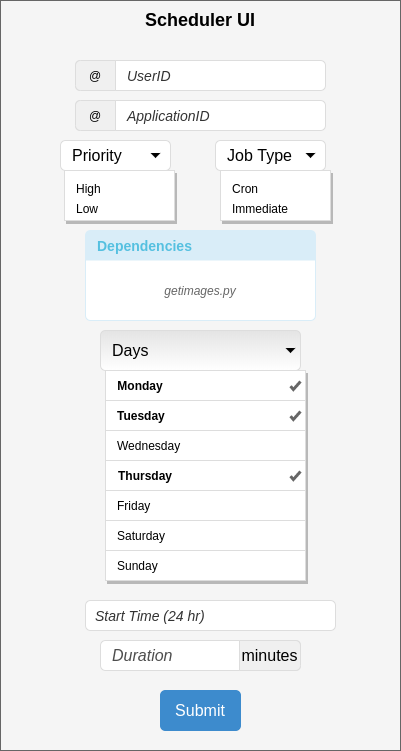
Above: Images/sheduler.png in jay-krishna/IAS-Project (draw.io), before the change. Source tidied: cells renumbered, new cells last; positions are measured from the earlier drawing's top-left corner, leaving out a move shared by most shapes. The source it was exported from:
```xml
<mxGraphModel>
  <root>
    <mxCell id="0" />
    <mxCell id="1" parent="0" />
    <mxCell id="2" style="rounded=0;whiteSpace=wrap;html=1;fillColor=#f5f5f5;strokeColor=#666666;fontColor=#333333;" parent="1" vertex="1">
      <mxGeometry width="400" height="750" as="geometry" />
    </mxCell>
    <mxCell id="3" value="&lt;b&gt;&lt;font style=&quot;font-size: 18px&quot;&gt;Scheduler UI&lt;/font&gt;&lt;/b&gt;" style="text;html=1;strokeColor=none;fillColor=none;align=center;verticalAlign=middle;whiteSpace=wrap;rounded=0;" parent="1" vertex="1">
      <mxGeometry x="105" y="10" width="190" height="20" as="geometry" />
    </mxCell>
    <mxCell id="4" value="&lt;font color=&quot;#333333&quot;&gt;&lt;i&gt;UserID&lt;/i&gt;&lt;/font&gt;" style="html=1;shadow=0;dashed=0;shape=mxgraph.bootstrap.rrect;rSize=5;strokeColor=#dddddd;spacingLeft=50;fontSize=14;align=left;fontColor=#dddddd;whiteSpace=wrap;" parent="1" vertex="1">
      <mxGeometry x="75" y="60" width="250" height="30" as="geometry" />
    </mxCell>
    <mxCell id="5" value="@" style="html=1;shadow=0;dashed=0;shape=mxgraph.bootstrap.leftButton;rSize=5;strokeColor=#dddddd;fillColor=#f0f0f0;whiteSpace=wrap;" parent="4" vertex="1">
      <mxGeometry width="40" height="30" relative="1" as="geometry" />
    </mxCell>
    <mxCell id="6" value="&lt;font color=&quot;#333333&quot;&gt;&lt;i&gt;ApplicationID&lt;/i&gt;&lt;/font&gt;" style="html=1;shadow=0;dashed=0;shape=mxgraph.bootstrap.rrect;rSize=5;strokeColor=#dddddd;spacingLeft=50;fontSize=14;align=left;fontColor=#dddddd;whiteSpace=wrap;" parent="1" vertex="1">
      <mxGeometry x="75" y="100" width="250" height="30" as="geometry" />
    </mxCell>
    <mxCell id="7" value="@" style="html=1;shadow=0;dashed=0;shape=mxgraph.bootstrap.leftButton;rSize=5;strokeColor=#dddddd;fillColor=#f0f0f0;whiteSpace=wrap;" parent="6" vertex="1">
      <mxGeometry width="40" height="30" relative="1" as="geometry" />
    </mxCell>
    <mxCell id="8" value="Priority" style="html=1;shadow=0;dashed=0;shape=mxgraph.bootstrap.rrect;rSize=5;strokeColor=#dddddd;spacingRight=10;fontSize=16;fillColor=#FFFFFF;align=left;spacingLeft=10;whiteSpace=wrap;" parent="1" vertex="1">
      <mxGeometry x="60" y="140" width="110" height="30" as="geometry" />
    </mxCell>
    <mxCell id="9" style="shape=triangle;direction=south;fillColor=#000000;strokeColor=none;perimeter=none;" parent="8" vertex="1">
      <mxGeometry x="1" y="0.5" width="10" height="5" relative="1" as="geometry">
        <mxPoint x="-20" y="-2.5" as="offset" />
      </mxGeometry>
    </mxCell>
    <mxCell id="10" style="html=1;shadow=0;dashed=0;shape=mxgraph.bootstrap.rect;fillColor=#ffffff;strokeColor=#dddddd;shadow=1;" parent="1" vertex="1">
      <mxGeometry x="64" y="170" width="110" height="50" as="geometry" />
    </mxCell>
    <mxCell id="11" value="High" style="html=1;shadow=0;dashed=0;shape=mxgraph.bootstrap.rect;strokeColor=none;spacingLeft=10;align=left;fillColor=none;whiteSpace=wrap;" parent="10" vertex="1">
      <mxGeometry width="110" height="20" relative="1" as="geometry">
        <mxPoint y="8" as="offset" />
      </mxGeometry>
    </mxCell>
    <mxCell id="12" value="Low" style="html=1;shadow=0;dashed=0;shape=mxgraph.bootstrap.rect;strokeColor=none;spacingLeft=10;align=left;fillColor=none;whiteSpace=wrap;" parent="10" vertex="1">
      <mxGeometry width="110" height="20" relative="1" as="geometry">
        <mxPoint y="28" as="offset" />
      </mxGeometry>
    </mxCell>
    <mxCell id="13" value="Job Type" style="html=1;shadow=0;dashed=0;shape=mxgraph.bootstrap.rrect;rSize=5;strokeColor=#dddddd;spacingRight=10;fontSize=16;fillColor=#FFFFFF;align=left;spacingLeft=10;whiteSpace=wrap;" parent="1" vertex="1">
      <mxGeometry x="215" y="140" width="110" height="30" as="geometry" />
    </mxCell>
    <mxCell id="14" style="shape=triangle;direction=south;fillColor=#000000;strokeColor=none;perimeter=none;" parent="13" vertex="1">
      <mxGeometry x="1" y="0.5" width="10" height="5" relative="1" as="geometry">
        <mxPoint x="-20" y="-2.5" as="offset" />
      </mxGeometry>
    </mxCell>
    <mxCell id="15" style="html=1;shadow=0;dashed=0;shape=mxgraph.bootstrap.rect;fillColor=#ffffff;strokeColor=#dddddd;shadow=1;" parent="1" vertex="1">
      <mxGeometry x="220" y="170" width="110" height="50" as="geometry" />
    </mxCell>
    <mxCell id="16" value="Cron" style="html=1;shadow=0;dashed=0;shape=mxgraph.bootstrap.rect;strokeColor=none;spacingLeft=10;align=left;fillColor=none;whiteSpace=wrap;" parent="15" vertex="1">
      <mxGeometry width="110" height="20" relative="1" as="geometry">
        <mxPoint y="8" as="offset" />
      </mxGeometry>
    </mxCell>
    <mxCell id="17" value="Immediate" style="html=1;shadow=0;dashed=0;shape=mxgraph.bootstrap.rect;strokeColor=none;spacingLeft=10;align=left;fillColor=none;whiteSpace=wrap;" parent="15" vertex="1">
      <mxGeometry width="110" height="20" relative="1" as="geometry">
        <mxPoint y="28" as="offset" />
      </mxGeometry>
    </mxCell>
    <mxCell id="18" value="&lt;font color=&quot;#666666&quot;&gt;&lt;i&gt;getimages.py&lt;/i&gt;&lt;/font&gt;" style="html=1;shadow=0;dashed=0;shape=mxgraph.bootstrap.rrect;align=center;rSize=5;strokeColor=#D9EDF8;fontColor=#f0f0f0;spacingTop=30;whiteSpace=wrap;" parent="1" vertex="1">
      <mxGeometry x="85" y="230" width="230" height="90" as="geometry" />
    </mxCell>
    <mxCell id="19" value="Dependencies" style="html=1;shadow=0;dashed=0;shape=mxgraph.bootstrap.topButton;rSize=5;strokeColor=none;fillColor=#D9EDF8;fontColor=#55C0E0;fontSize=14;fontStyle=1;align=left;spacingLeft=10;whiteSpace=wrap;" parent="18" vertex="1">
      <mxGeometry width="230" height="30" relative="1" as="geometry" />
    </mxCell>
    <mxCell id="20" value="Days" style="html=1;shadow=0;dashed=0;shape=mxgraph.bootstrap.rrect;rSize=5;strokeColor=#dddddd;spacingRight=10;fontSize=16;gradientColor=#e4e4e4;gradientDirection=north;spacingLeft=10;align=left;whiteSpace=wrap;" parent="1" vertex="1">
      <mxGeometry x="100" y="330" width="200" height="40" as="geometry" />
    </mxCell>
    <mxCell id="21" style="shape=triangle;direction=south;fillColor=#000000;strokeColor=none;perimeter=none;" parent="20" vertex="1">
      <mxGeometry x="1" y="0.5" width="10" height="5" relative="1" as="geometry">
        <mxPoint x="-15" y="-2.5" as="offset" />
      </mxGeometry>
    </mxCell>
    <mxCell id="22" style="html=1;shadow=0;dashed=0;shape=mxgraph.bootstrap.rect;fillColor=#ffffff;strokeColor=#dddddd;spacingLeft=10;shadow=1;align=left;verticalAlign=top;spacingTop=3;perimeter=none;" parent="1" vertex="1">
      <mxGeometry x="105" y="370" width="200" height="210" as="geometry" />
    </mxCell>
    <mxCell id="23" style="html=1;shadow=0;dashed=0;shape=mxgraph.bootstrap.rect;strokeColor=#dddddd;spacingLeft=10;align=left;fontStyle=1;fillColor=none;perimeter=none;whiteSpace=wrap;" parent="22" vertex="1">
      <mxGeometry width="200" height="30" relative="1" as="geometry">
        <mxPoint y="30" as="offset" />
      </mxGeometry>
    </mxCell>
    <mxCell id="24" style="html=1;shadow=0;dashed=0;shape=mxgraph.bootstrap.check;strokeWidth=3;strokeColor=#666666;" parent="23" vertex="1">
      <mxGeometry x="1" y="0.5" width="10" height="8" relative="1" as="geometry">
        <mxPoint x="-15" y="-4" as="offset" />
      </mxGeometry>
    </mxCell>
    <mxCell id="25" value="Wednesday" style="html=1;shadow=0;dashed=0;shape=mxgraph.bootstrap.rect;strokeColor=#dddddd;spacingLeft=10;align=left;fillColor=none;perimeter=none;whiteSpace=wrap;" parent="22" vertex="1">
      <mxGeometry width="200" height="30" relative="1" as="geometry">
        <mxPoint y="60" as="offset" />
      </mxGeometry>
    </mxCell>
    <mxCell id="26" value="Friday" style="html=1;shadow=0;dashed=0;shape=mxgraph.bootstrap.rect;strokeColor=#dddddd;spacingLeft=10;align=left;fillColor=none;perimeter=none;whiteSpace=wrap;" parent="22" vertex="1">
      <mxGeometry width="200" height="30" relative="1" as="geometry">
        <mxPoint y="120" as="offset" />
      </mxGeometry>
    </mxCell>
    <mxCell id="27" value="Saturday" style="html=1;shadow=0;dashed=0;shape=mxgraph.bootstrap.rect;strokeColor=#dddddd;spacingLeft=10;align=left;fillColor=none;perimeter=none;whiteSpace=wrap;" parent="22" vertex="1">
      <mxGeometry width="200" height="30" relative="1" as="geometry">
        <mxPoint y="150" as="offset" />
      </mxGeometry>
    </mxCell>
    <mxCell id="28" value="Sunday" style="html=1;shadow=0;dashed=0;shape=mxgraph.bootstrap.rect;strokeColor=#dddddd;spacingLeft=10;align=left;fillColor=none;perimeter=none;whiteSpace=wrap;" parent="22" vertex="1">
      <mxGeometry width="200" height="30" relative="1" as="geometry">
        <mxPoint y="180" as="offset" />
      </mxGeometry>
    </mxCell>
    <mxCell id="29" style="html=1;shadow=0;dashed=0;shape=mxgraph.bootstrap.rect;strokeColor=#dddddd;spacingLeft=10;align=left;fontStyle=1;fillColor=none;perimeter=none;whiteSpace=wrap;" parent="22" vertex="1">
      <mxGeometry y="90" width="200" height="30" as="geometry">
        <mxPoint y="30" as="offset" />
      </mxGeometry>
    </mxCell>
    <mxCell id="30" style="html=1;shadow=0;dashed=0;shape=mxgraph.bootstrap.check;strokeWidth=3;strokeColor=#666666;" parent="29" vertex="1">
      <mxGeometry x="1" y="0.5" width="10" height="8" relative="1" as="geometry">
        <mxPoint x="-15" y="-4" as="offset" />
      </mxGeometry>
    </mxCell>
    <mxCell id="31" value="&lt;b&gt;Thursday&lt;/b&gt;" style="text;html=1;strokeColor=none;fillColor=none;align=center;verticalAlign=middle;whiteSpace=wrap;rounded=0;" parent="29" vertex="1">
      <mxGeometry x="15" y="5" width="50" height="20" as="geometry" />
    </mxCell>
    <mxCell id="32" value="Tuesday" style="html=1;shadow=0;dashed=0;shape=mxgraph.bootstrap.rect;strokeColor=#dddddd;spacingLeft=10;align=left;fontStyle=1;fillColor=none;perimeter=none;whiteSpace=wrap;" parent="22" vertex="1">
      <mxGeometry width="200" height="30" as="geometry">
        <mxPoint y="30" as="offset" />
      </mxGeometry>
    </mxCell>
    <mxCell id="33" style="html=1;shadow=0;dashed=0;shape=mxgraph.bootstrap.check;strokeWidth=3;strokeColor=#666666;" parent="32" vertex="1">
      <mxGeometry x="1" y="0.5" width="10" height="8" relative="1" as="geometry">
        <mxPoint x="-15" y="-4" as="offset" />
      </mxGeometry>
    </mxCell>
    <mxCell id="34" value="&lt;b&gt;Monday&lt;/b&gt;" style="text;html=1;strokeColor=none;fillColor=none;align=center;verticalAlign=middle;whiteSpace=wrap;rounded=0;" parent="32" vertex="1">
      <mxGeometry x="10" y="5" width="50" height="20" as="geometry" />
    </mxCell>
    <mxCell id="35" value="&lt;i&gt;&lt;font color=&quot;#333333&quot;&gt;Start Time (24 hr)&lt;/font&gt;&lt;/i&gt;" style="html=1;shadow=0;dashed=0;shape=mxgraph.bootstrap.rrect;rSize=5;strokeColor=#dddddd;fontSize=14;align=left;spacingLeft=8;whiteSpace=wrap;" parent="1" vertex="1">
      <mxGeometry x="85" y="600" width="250" height="30" as="geometry" />
    </mxCell>
    <mxCell id="36" value="&lt;font color=&quot;#4d4d4d&quot;&gt;&lt;i&gt;Duration&lt;/i&gt;&lt;/font&gt;" style="html=1;shadow=0;dashed=0;shape=mxgraph.bootstrap.rrect;rSize=5;strokeColor=#dddddd;spacingLeft=10;fontSize=16;align=left;fontColor=#dddddd;whiteSpace=wrap;" parent="1" vertex="1">
      <mxGeometry x="100" y="640" width="200" height="30" as="geometry" />
    </mxCell>
    <mxCell id="37" value="minutes" style="html=1;shadow=0;dashed=0;shape=mxgraph.bootstrap.rightButton;rSize=5;strokeColor=#dddddd;fillColor=#f0f0f0;fontSize=16;whiteSpace=wrap;" parent="36" vertex="1">
      <mxGeometry x="1" width="61" height="30" relative="1" as="geometry">
        <mxPoint x="-61" as="offset" />
      </mxGeometry>
    </mxCell>
    <mxCell id="38" value="Submit" style="html=1;shadow=0;dashed=0;shape=mxgraph.bootstrap.rrect;rSize=5;fillColor=#3D8BCD;align=center;strokeColor=#3D8BCD;fontColor=#ffffff;fontSize=16;whiteSpace=wrap;" parent="1" vertex="1">
      <mxGeometry x="160" y="690" width="80" height="40" as="geometry" />
    </mxCell>
  </root>
</mxGraphModel>
```
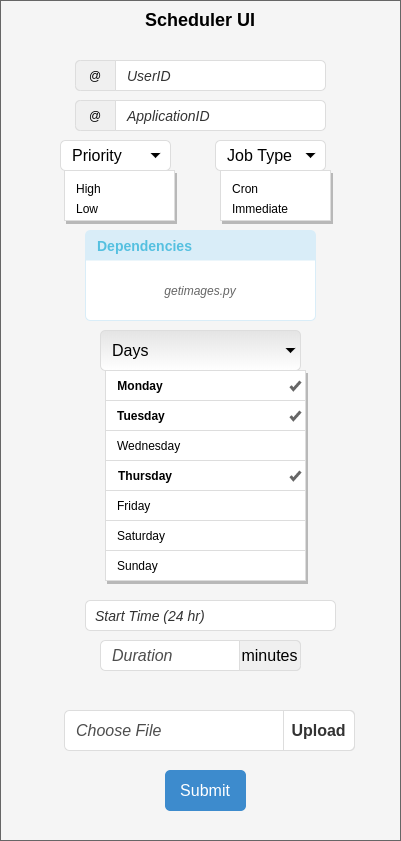
After the commit.

Diff of the diagram source:
```diff
@@ -3,7 +3,7 @@
     <mxCell id="0" />
     <mxCell id="1" parent="0" />
     <mxCell id="2" style="rounded=0;whiteSpace=wrap;html=1;fillColor=#f5f5f5;strokeColor=#666666;fontColor=#333333;" parent="1" vertex="1">
-      <mxGeometry width="400" height="750" as="geometry" />
+      <mxGeometry width="400" height="840" as="geometry" />
     </mxCell>
     <mxCell id="3" value="&lt;b&gt;&lt;font style=&quot;font-size: 18px&quot;&gt;Scheduler UI&lt;/font&gt;&lt;/b&gt;" style="text;html=1;strokeColor=none;fillColor=none;align=center;verticalAlign=middle;whiteSpace=wrap;rounded=0;" parent="1" vertex="1">
       <mxGeometry x="105" y="10" width="190" height="20" as="geometry" />
@@ -147,7 +147,15 @@
       </mxGeometry>
     </mxCell>
     <mxCell id="38" value="Submit" style="html=1;shadow=0;dashed=0;shape=mxgraph.bootstrap.rrect;rSize=5;fillColor=#3D8BCD;align=center;strokeColor=#3D8BCD;fontColor=#ffffff;fontSize=16;whiteSpace=wrap;" parent="1" vertex="1">
-      <mxGeometry x="160" y="690" width="80" height="40" as="geometry" />
+      <mxGeometry x="165" y="770" width="80" height="40" as="geometry" />
     </mxCell>
+    <mxCell id="39" value="&lt;i&gt;&lt;font color=&quot;#4d4d4d&quot;&gt;Choose File&lt;/font&gt;&lt;/i&gt;" style="html=1;shadow=0;dashed=0;shape=mxgraph.bootstrap.rrect;rSize=5;strokeColor=#dddddd;align=left;spacingLeft=10;fontSize=16;fontColor=#dddddd;whiteSpace=wrap;" parent="1" vertex="1">
+      <mxGeometry x="64" y="710" width="290" height="40" as="geometry" />
+    </mxCell>
+    <mxCell id="40" value="&lt;b&gt;&lt;font color=&quot;#333333&quot;&gt;Upload&lt;/font&gt;&lt;/b&gt;" style="html=1;shadow=0;dashed=0;shape=mxgraph.bootstrap.rightButton;rSize=5;strokeColor=#dddddd;fillColor=none;fontSize=16;whiteSpace=wrap;" parent="39" vertex="1">
+      <mxGeometry x="1" width="71" height="40" relative="1" as="geometry">
+        <mxPoint x="-71" as="offset" />
+      </mxGeometry>
+    </mxCell>
   </root>
 </mxGraphModel>
```
